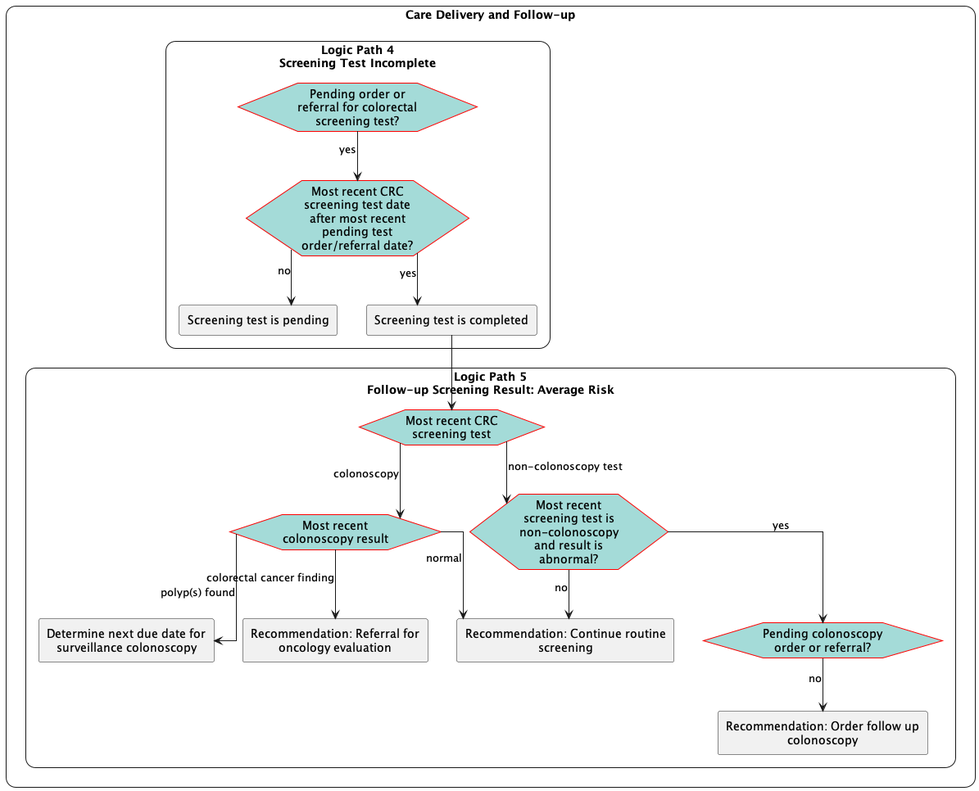
ccsm-cds-tools/CDC-Colorectal-Cancer-Screening-CDS-L2 keeps this PlantUML diagram as images/flow-MidLevelFollowUp.png. Above is the earlier version.
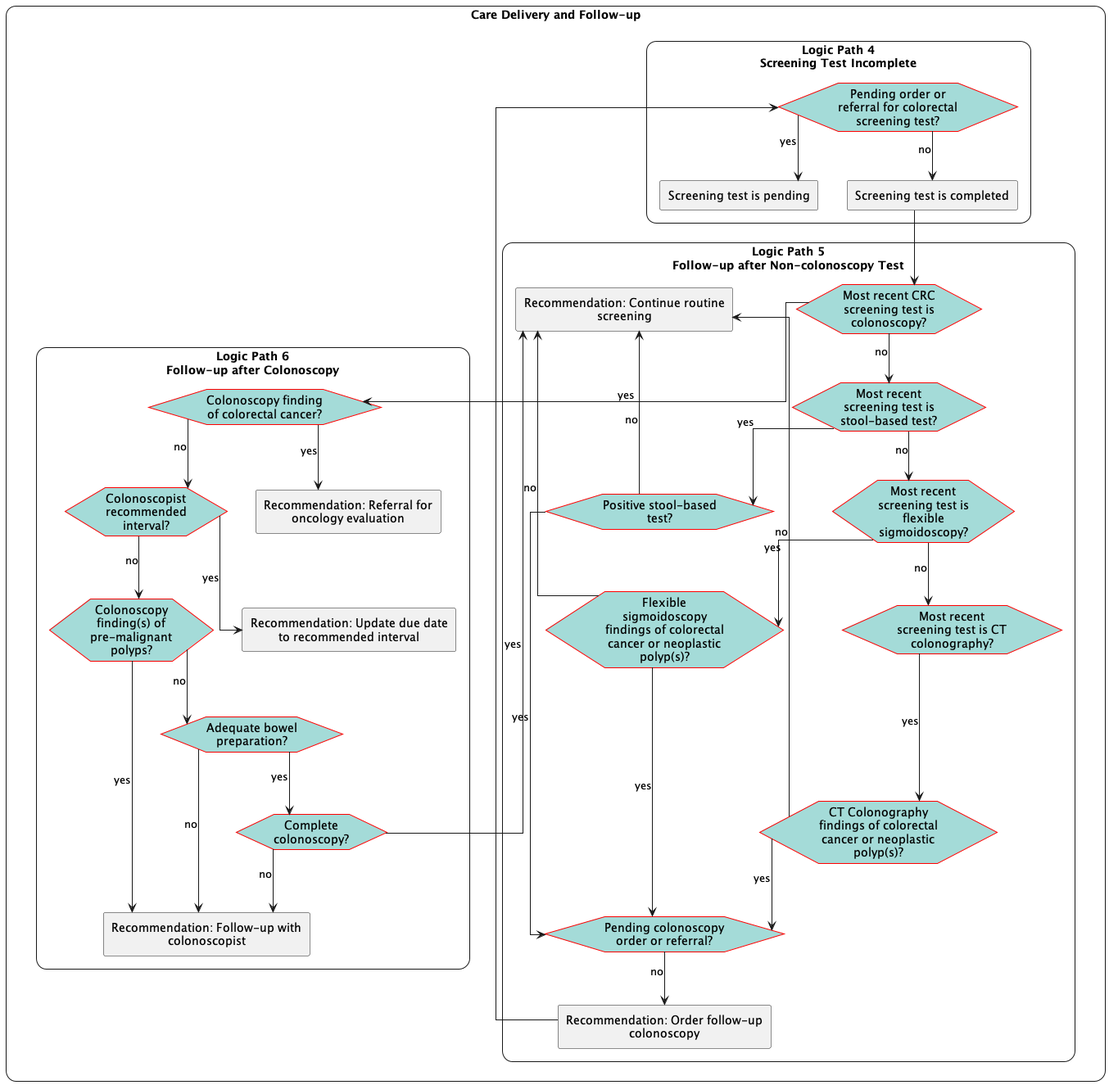
After the commit.

The edit, as a diff of the source:
```diff
@@ -20,11 +20,16 @@
     rectangle "**Logic Path 4**\nScreening Test Incomplete" <<roundbox>> as path_1 {
         !include flow-ScreeningIncomplete.plantuml
     }
-    rectangle "**Logic Path 5**\nFollow-up Screening Result: Average Risk" <<roundbox>> as path_2 {
+    rectangle "**Logic Path 5**\nFollow-up after Non-colonoscopy Test" <<roundbox>> as path_2 {
         !include flow-Followup.plantuml
     }
+    rectangle "**Logic Path 6**\nFollow-up after Colonoscopy" <<roundbox>> as path_3 {
+        !include flow-FollowupColonoscopy.plantuml
+    }
 
-    act_screeningComplete --> eve_lastTest
+    act_screeningComplete --> eve_lastTestColonoscopy
+    act_FollowUpColonoscopy --> eve_pendingTest
+    eve_colonoscopyFindingCRC -[hidden]-> act_FollowUpColonoscopy
     remove <<end>>
 }
 
```
